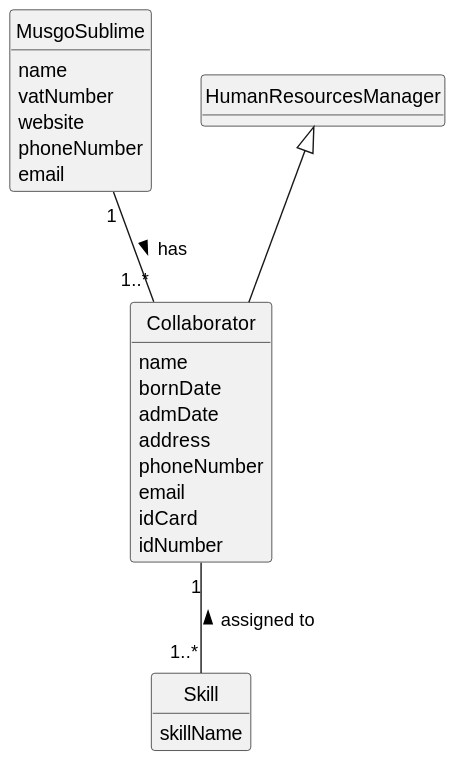
This is docs/sprintA/us004/02.analysis/svg/us004-domain-model.svg from 1231360-ISEP/lei-24-s2-1db-g021, a PlantUML export, as it was before one commit.
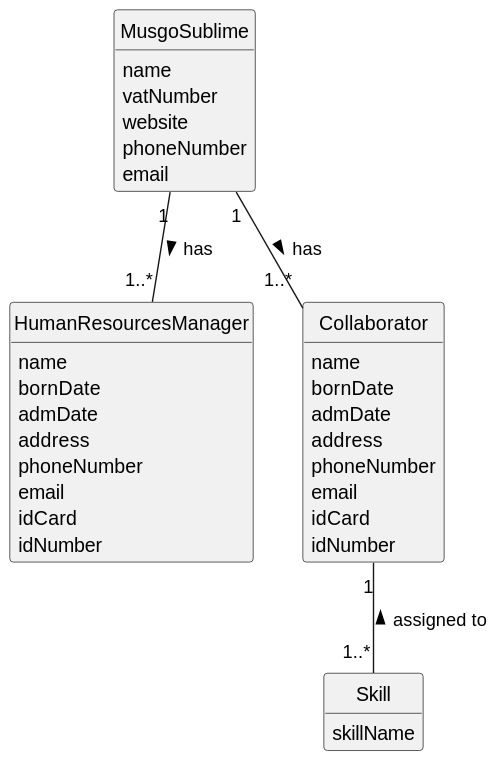
After the commit.

Commit message:
US008 & US004 - Updated domain model

The edit, as a diff of the source:
```diff
@@ -19,6 +19,14 @@
 }
 
 class HumanResourcesManager {
+    name
+    bornDate
+    admDate
+    address
+    phoneNumber
+    email
+    idCard
+    idNumber
 }
 
 class Collaborator {
@@ -36,6 +44,6 @@
     skillName
 }
 MusgoSublime "1" -- "1..*" Collaborator : has >
-HumanResourcesManager  <|-- Collaborator
+MusgoSublime "1" -- "1..*" HumanResourcesManager : has >
 Collaborator "1" -- "1..*" Skill : assigned to <
 @enduml
```
